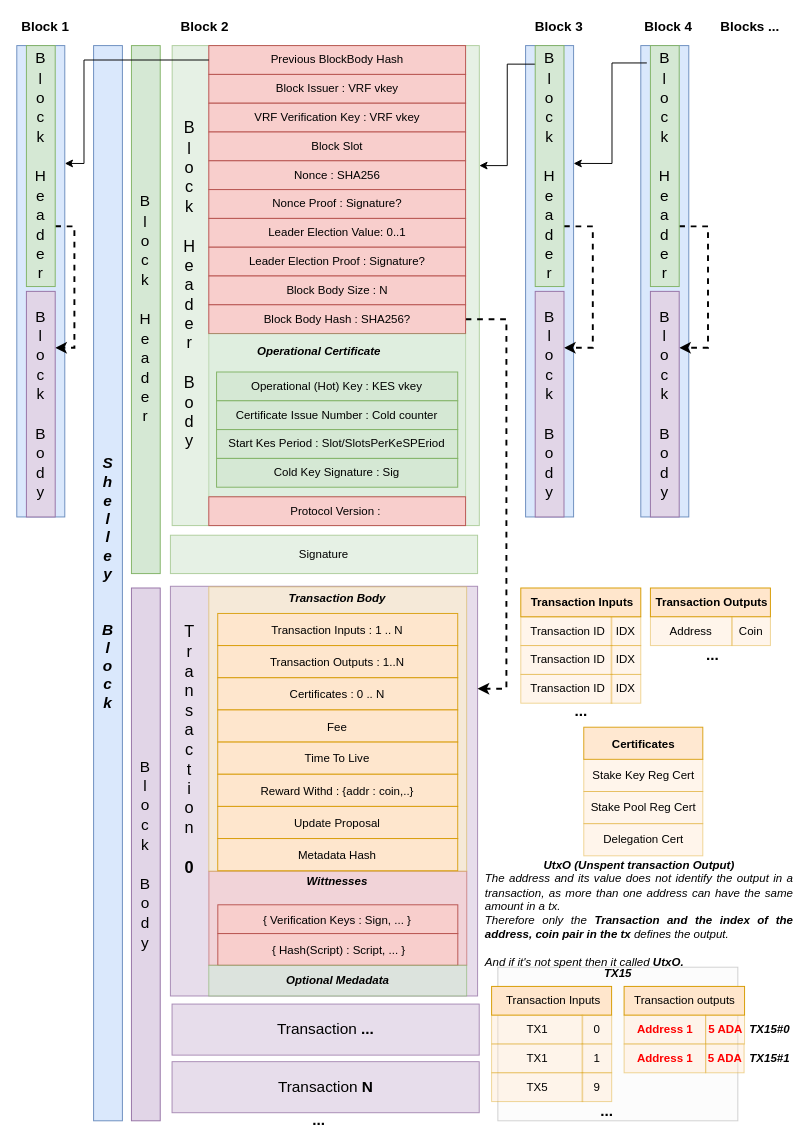
Earlier version of the draw.io diagram diagrams/ShelleyBlock.drawio (ilap/ShelleyStuffs). Source tidied: cells renumbered, new cells numbered last; positions are measured from the earlier drawing's top-left corner, leaving out a move shared by most shapes. Both pictures are drawn from the tidied source at 96%, with x=0, y=0 at pixel (16, 16).
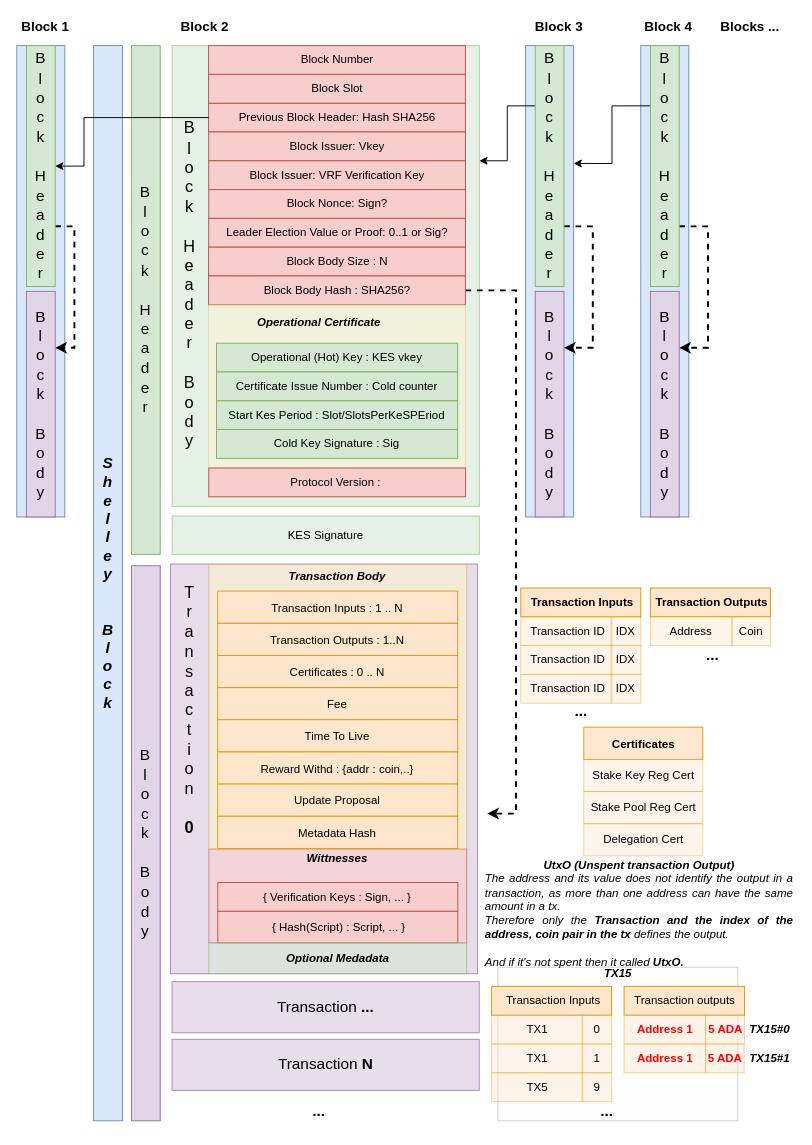
After the change.

Unchanged cells that the change refers to:
```xml
<mxCell id="48" style="rounded=0;whiteSpace=wrap;html=1;align=center;fillColor=#dae8fc;strokeColor=#6c8ebf;" parent="1" vertex="1">
  <mxGeometry y="30" width="50" height="491" as="geometry" />
</mxCell>
<mxCell id="50" value="&lt;font style=&quot;font-size: 16px&quot;&gt;B&lt;br&gt;l&lt;br&gt;o&lt;br&gt;c&lt;br&gt;k&lt;br&gt;&amp;nbsp;&lt;br&gt;H&lt;br&gt;e&lt;br&gt;a&lt;br&gt;d&lt;br&gt;e&lt;br&gt;r&lt;/font&gt;" style="rounded=0;whiteSpace=wrap;html=1;fontSize=17;align=center;fillColor=#d5e8d4;strokeColor=#82b366;" parent="1" vertex="1">
  <mxGeometry x="10" y="30" width="30" height="251" as="geometry" />
</mxCell>
<mxCell id="52" style="rounded=0;whiteSpace=wrap;html=1;align=center;fillColor=#dae8fc;strokeColor=#6c8ebf;" parent="1" vertex="1">
  <mxGeometry x="530" y="30" width="50" height="491" as="geometry" />
</mxCell>
<mxCell id="55" value="&lt;font style=&quot;font-size: 16px&quot;&gt;B&lt;br&gt;l&lt;br&gt;o&lt;br&gt;c&lt;br&gt;k&lt;br&gt;&amp;nbsp;&lt;br&gt;H&lt;br&gt;e&lt;br&gt;a&lt;br&gt;d&lt;br&gt;e&lt;br&gt;r&lt;/font&gt;" style="rounded=0;whiteSpace=wrap;html=1;fontSize=17;align=center;fillColor=#d5e8d4;strokeColor=#82b366;" parent="1" vertex="1">
  <mxGeometry x="540" y="30" width="30" height="251" as="geometry" />
</mxCell>
<mxCell id="60" value="&lt;font style=&quot;font-size: 16px&quot;&gt;B&lt;br&gt;l&lt;br&gt;o&lt;br&gt;c&lt;br&gt;k&lt;br&gt;&amp;nbsp;&lt;br&gt;H&lt;br&gt;e&lt;br&gt;a&lt;br&gt;d&lt;br&gt;e&lt;br&gt;r&lt;/font&gt;" style="rounded=0;whiteSpace=wrap;html=1;fontSize=17;align=center;fillColor=#d5e8d4;strokeColor=#82b366;" parent="1" vertex="1">
  <mxGeometry x="660" y="30" width="30" height="251" as="geometry" />
</mxCell>
```

Change to the diagram source:
```diff
@@
     <mxCell id="2" value="&lt;font style=&quot;font-size: 16px&quot;&gt;&lt;br&gt;&lt;/font&gt;" style="rounded=0;whiteSpace=wrap;html=1;fontSize=17;align=center;fillColor=#e1d5e7;strokeColor=#9673a6;opacity=80;" parent="1" vertex="1">
-      <mxGeometry x="160" y="593.2" width="320" height="426.8" as="geometry" />
+      <mxGeometry x="160" y="570" width="320" height="426.8" as="geometry" />
     </mxCell>
     <mxCell id="3" style="rounded=0;whiteSpace=wrap;html=1;fontSize=17;align=center;fillColor=#f8cecc;strokeColor=#b85450;opacity=60;" parent="1" vertex="1">
-      <mxGeometry x="200.1" y="890" width="268.6" height="98" as="geometry" />
+      <mxGeometry x="200.1" y="866.8" width="268.6" height="98" as="geometry" />
     </mxCell>
@@
     <mxCell id="5" style="rounded=0;whiteSpace=wrap;html=1;fontSize=17;align=center;fillColor=#d5e8d4;strokeColor=#82b366;opacity=60;" parent="1" vertex="1">
-      <mxGeometry x="161.8" y="30" width="320" height="500" as="geometry" />
+      <mxGeometry x="161.8" y="30" width="320" height="480" as="geometry" />
     </mxCell>
     <mxCell id="6" style="rounded=0;whiteSpace=wrap;html=1;fontSize=17;opacity=60;align=center;fillColor=#fff2cc;strokeColor=#d6b656;" parent="1" vertex="1">
-      <mxGeometry x="200" y="593.8" width="268.6" height="296.2" as="geometry" />
+      <mxGeometry x="200" y="570.5" width="268.6" height="296.2" as="geometry" />
     </mxCell>
@@
-    <mxCell id="8" value="Previous BlockBody Hash" style="rounded=0;whiteSpace=wrap;html=1;fillColor=#f8cecc;strokeColor=#b85450;" parent="1" vertex="1">
-      <mxGeometry x="200" y="30" width="267.5" height="30" as="geometry" />
+    <mxCell id="8" value="Previous Block Header: Hash SHA256" style="rounded=0;whiteSpace=wrap;html=1;fillColor=#f8cecc;strokeColor=#b85450;" parent="1" vertex="1">
+      <mxGeometry x="199.8" y="90" width="267.5" height="30" as="geometry" />
     </mxCell>
-    <mxCell id="9" value="Block Issuer : VRF vkey" style="rounded=0;whiteSpace=wrap;html=1;fillColor=#f8cecc;strokeColor=#b85450;align=center;" parent="1" vertex="1">
-      <mxGeometry x="200" y="60" width="267.5" height="30" as="geometry" />
+    <mxCell id="9" value="Block Issuer: Vkey" style="rounded=0;whiteSpace=wrap;html=1;fillColor=#f8cecc;strokeColor=#b85450;align=center;" parent="1" vertex="1">
+      <mxGeometry x="199.9" y="120" width="267.5" height="30" as="geometry" />
     </mxCell>
-    <mxCell id="10" value="VRF Verification Key : VRF vkey" style="rounded=0;whiteSpace=wrap;html=1;fillColor=#f8cecc;strokeColor=#b85450;align=center;" parent="1" vertex="1">
-      <mxGeometry x="200" y="90" width="267.5" height="30" as="geometry" />
+    <mxCell id="10" value="Block Issuer: VRF Verification Key" style="rounded=0;whiteSpace=wrap;html=1;fillColor=#f8cecc;strokeColor=#b85450;align=center;" parent="1" vertex="1">
+      <mxGeometry x="199.9" y="150" width="267.5" height="30" as="geometry" />
     </mxCell>
-    <mxCell id="11" value="Block Slot" style="rounded=0;whiteSpace=wrap;html=1;fillColor=#f8cecc;strokeColor=#b85450;align=center;" parent="1" vertex="1">
-      <mxGeometry x="200" y="120" width="267.5" height="30" as="geometry" />
-    </mxCell>
-    <mxCell id="12" value="Nonce : SHA256" style="rounded=0;whiteSpace=wrap;html=1;fillColor=#f8cecc;strokeColor=#b85450;align=center;" parent="1" vertex="1">
-      <mxGeometry x="200" y="150" width="267.5" height="30" as="geometry" />
-    </mxCell>
-    <mxCell id="13" value="Nonce Proof : Signature?" style="rounded=0;whiteSpace=wrap;html=1;fillColor=#f8cecc;strokeColor=#b85450;align=center;" parent="1" vertex="1">
+    <mxCell id="13" value="Block Nonce: Sign?" style="rounded=0;whiteSpace=wrap;html=1;fillColor=#f8cecc;strokeColor=#b85450;align=center;" parent="1" vertex="1">
       <mxGeometry x="200" y="180" width="267.5" height="30" as="geometry" />
     </mxCell>
-    <mxCell id="14" value="Leader Election Value: 0..1" style="rounded=0;whiteSpace=wrap;html=1;fillColor=#f8cecc;strokeColor=#b85450;align=center;" parent="1" vertex="1">
-      <mxGeometry x="200" y="210" width="267.5" height="30" as="geometry" />
+    <mxCell id="14" value="Leader Election Value or Proof: 0..1 or Sig?" style="rounded=0;whiteSpace=wrap;html=1;fillColor=#f8cecc;strokeColor=#b85450;align=center;" parent="1" vertex="1">
+      <mxGeometry x="199.9" y="210" width="267.5" height="30" as="geometry" />
     </mxCell>
-    <mxCell id="15" value="Leader Election Proof : Signature?" style="rounded=0;whiteSpace=wrap;html=1;fillColor=#f8cecc;strokeColor=#b85450;align=center;" parent="1" vertex="1">
-      <mxGeometry x="200" y="240" width="267.5" height="30" as="geometry" />
-    </mxCell>
     <mxCell id="16" value="Block Body Size : N" style="rounded=0;whiteSpace=wrap;html=1;fillColor=#f8cecc;strokeColor=#b85450;align=center;" parent="1" vertex="1">
-      <mxGeometry x="200" y="270" width="267.5" height="30" as="geometry" />
+      <mxGeometry x="199.8" y="240" width="267.5" height="30" as="geometry" />
     </mxCell>
-    <mxCell id="17" style="edgeStyle=orthogonalEdgeStyle;rounded=0;jettySize=auto;html=1;entryX=1;entryY=0.25;entryDx=0;entryDy=0;fontSize=12;dashed=1;strokeWidth=2;" parent="1" edge="1" source="18" target="2">
+    <mxCell id="17" style="edgeStyle=orthogonalEdgeStyle;rounded=0;jettySize=auto;html=1;fontSize=12;dashed=1;strokeWidth=2;" parent="1" edge="1" source="18">
       <mxGeometry relative="1" as="geometry">
+        <mxPoint x="490" y="830" as="targetPoint" />
         <Array as="points">
-          <mxPoint x="510" y="315" />
-          <mxPoint x="510" y="700" />
+          <mxPoint x="520" y="285" />
+          <mxPoint x="520" y="830" />
         </Array>
       </mxGeometry>
     </mxCell>
     <mxCell id="18" value="Block Body Hash : SHA256?" style="rounded=0;whiteSpace=wrap;html=1;fillColor=#f8cecc;strokeColor=#b85450;align=center;" parent="1" vertex="1">
-      <mxGeometry x="200" y="300" width="267.5" height="30" as="geometry" />
+      <mxGeometry x="199.8" y="270" width="267.5" height="30" as="geometry" />
     </mxCell>
-    <mxCell id="19" style="rounded=0;whiteSpace=wrap;html=1;fillColor=#d5e8d4;strokeColor=#82b366;align=center;opacity=40;" parent="1" vertex="1">
-      <mxGeometry x="200" y="330" width="267.5" height="170" as="geometry" />
+    <mxCell id="19" style="rounded=0;whiteSpace=wrap;html=1;fillColor=#fff2cc;strokeColor=#d6b656;align=center;opacity=40;" parent="1" vertex="1">
+      <mxGeometry x="199.8" y="300" width="267.5" height="170" as="geometry" />
     </mxCell>
     <mxCell id="20" value="Operational (Hot) Key : KES vkey" style="rounded=0;whiteSpace=wrap;html=1;fillColor=#d5e8d4;strokeColor=#82b366;align=center;" parent="1" vertex="1">
-      <mxGeometry x="208.1" y="370" width="251.2" height="30" as="geometry" />
+      <mxGeometry x="208" y="340" width="251.2" height="30" as="geometry" />
     </mxCell>
     <mxCell id="21" value="Operational Certificate" style="text;html=1;strokeColor=none;fillColor=none;align=center;verticalAlign=middle;whiteSpace=wrap;rounded=0;fontStyle=3;" parent="1" vertex="1">
-      <mxGeometry x="245" y="334" width="140" height="30" as="geometry" />
+      <mxGeometry x="244.8" y="304" width="140" height="30" as="geometry" />
     </mxCell>
     <mxCell id="22" value="Certificate Issue Number : Cold counter" style="rounded=0;whiteSpace=wrap;html=1;fillColor=#d5e8d4;strokeColor=#82b366;align=center;" parent="1" vertex="1">
-      <mxGeometry x="208.1" y="400" width="251.2" height="30" as="geometry" />
+      <mxGeometry x="208" y="370" width="251.2" height="30" as="geometry" />
     </mxCell>
     <mxCell id="23" value="Start Kes Period : Slot/SlotsPerKeSPEriod" style="rounded=0;whiteSpace=wrap;html=1;fillColor=#d5e8d4;strokeColor=#82b366;align=center;" parent="1" vertex="1">
-      <mxGeometry x="208.1" y="430" width="251.2" height="30" as="geometry" />
+      <mxGeometry x="208" y="400" width="251.2" height="30" as="geometry" />
     </mxCell>
     <mxCell id="24" value="Cold Key Signature : Sig" style="rounded=0;whiteSpace=wrap;html=1;fillColor=#d5e8d4;strokeColor=#82b366;align=center;" parent="1" vertex="1">
-      <mxGeometry x="208.1" y="460" width="251.2" height="30" as="geometry" />
+      <mxGeometry x="208" y="430" width="251.2" height="30" as="geometry" />
     </mxCell>
     <mxCell id="25" value="Protocol Version :&amp;nbsp;" style="rounded=0;whiteSpace=wrap;html=1;fillColor=#f8cecc;strokeColor=#b85450;align=center;" parent="1" vertex="1">
-      <mxGeometry x="200" y="500" width="267.5" height="30" as="geometry" />
+      <mxGeometry x="200" y="470" width="267.5" height="30" as="geometry" />
     </mxCell>
@@
     <mxCell id="28" value="&lt;font style=&quot;font-size: 12px&quot;&gt;&lt;b&gt;&lt;i&gt;Transaction Body&lt;/i&gt;&lt;/b&gt;&lt;/font&gt;" style="text;html=1;strokeColor=none;fillColor=none;align=center;verticalAlign=middle;whiteSpace=wrap;rounded=0;fontSize=17;opacity=40;" parent="1" vertex="1">
-      <mxGeometry x="258.6" y="595" width="150" height="20" as="geometry" />
+      <mxGeometry x="258.6" y="571.8" width="150" height="20" as="geometry" />
     </mxCell>
     <mxCell id="29" value="&lt;font style=&quot;font-size: 12px&quot;&gt;Transaction Inputs : 1 .. N&lt;/font&gt;" style="rounded=0;whiteSpace=wrap;html=1;fontSize=17;opacity=90;align=center;fillColor=#ffe6cc;strokeColor=#d79b00;imageHeight=24;" parent="1" vertex="1">
-      <mxGeometry x="209.3" y="621.5" width="250" height="33.5" as="geometry" />
+      <mxGeometry x="209.3" y="598.2" width="250" height="33.5" as="geometry" />
     </mxCell>
     <mxCell id="30" value="&lt;font style=&quot;font-size: 12px&quot;&gt;Transaction Outputs : 1..N&lt;/font&gt;" style="rounded=0;whiteSpace=wrap;html=1;fontSize=17;opacity=90;align=center;fillColor=#ffe6cc;strokeColor=#d79b00;imageHeight=24;" parent="1" vertex="1">
-      <mxGeometry x="209.3" y="655" width="250" height="33.5" as="geometry" />
+      <mxGeometry x="209.3" y="631.8" width="250" height="33.5" as="geometry" />
     </mxCell>
     <mxCell id="31" value="&lt;font style=&quot;font-size: 12px&quot;&gt;Certificates : 0 .. N&lt;/font&gt;" style="rounded=0;whiteSpace=wrap;html=1;fontSize=17;opacity=90;align=center;fillColor=#ffe6cc;strokeColor=#d79b00;imageHeight=24;" parent="1" vertex="1">
-      <mxGeometry x="209.3" y="688.5" width="250" height="33.5" as="geometry" />
+      <mxGeometry x="209.3" y="665.2" width="250" height="33.5" as="geometry" />
     </mxCell>
     <mxCell id="32" value="&lt;font style=&quot;font-size: 12px&quot;&gt;Fee&lt;/font&gt;" style="rounded=0;whiteSpace=wrap;html=1;fontSize=17;opacity=90;align=center;fillColor=#ffe6cc;strokeColor=#d79b00;imageHeight=24;" parent="1" vertex="1">
-      <mxGeometry x="209.3" y="722" width="250" height="33.5" as="geometry" />
+      <mxGeometry x="209.3" y="698.8" width="250" height="33.5" as="geometry" />
     </mxCell>
     <mxCell id="33" value="&lt;font style=&quot;font-size: 12px&quot;&gt;Time To Live&lt;/font&gt;" style="rounded=0;whiteSpace=wrap;html=1;fontSize=17;opacity=90;align=center;fillColor=#ffe6cc;strokeColor=#d79b00;imageHeight=24;" parent="1" vertex="1">
-      <mxGeometry x="209.3" y="755.5" width="250" height="33.5" as="geometry" />
+      <mxGeometry x="209.3" y="732.2" width="250" height="33.5" as="geometry" />
     </mxCell>
     <mxCell id="34" value="&lt;font style=&quot;font-size: 12px&quot;&gt;Reward Withd : {addr : coin,..}&lt;/font&gt;" style="rounded=0;whiteSpace=wrap;html=1;fontSize=17;opacity=90;align=center;fillColor=#ffe6cc;strokeColor=#d79b00;imageHeight=24;" parent="1" vertex="1">
-      <mxGeometry x="209.3" y="789" width="250" height="33.5" as="geometry" />
+      <mxGeometry x="209.3" y="765.8" width="250" height="33.5" as="geometry" />
     </mxCell>
     <mxCell id="35" value="&lt;font style=&quot;font-size: 12px&quot;&gt;Update Proposal&lt;/font&gt;" style="rounded=0;whiteSpace=wrap;html=1;fontSize=17;opacity=90;align=center;fillColor=#ffe6cc;strokeColor=#d79b00;imageHeight=24;" parent="1" vertex="1">
-      <mxGeometry x="209.3" y="822.5" width="250" height="33.5" as="geometry" />
+      <mxGeometry x="209.3" y="799.2" width="250" height="33.5" as="geometry" />
     </mxCell>
     <mxCell id="36" value="&lt;font style=&quot;font-size: 12px&quot;&gt;Metadata Hash&lt;/font&gt;" style="rounded=0;whiteSpace=wrap;html=1;fontSize=17;opacity=90;align=center;fillColor=#ffe6cc;strokeColor=#d79b00;imageHeight=24;" parent="1" vertex="1">
-      <mxGeometry x="209.3" y="856" width="250" height="33.5" as="geometry" />
+      <mxGeometry x="209.3" y="832.8" width="250" height="33.5" as="geometry" />
     </mxCell>
     <mxCell id="37" value="&lt;font style=&quot;font-size: 12px&quot;&gt;{ Verification Keys : Sign, ... }&lt;/font&gt;" style="rounded=0;whiteSpace=wrap;html=1;fontSize=17;align=center;fillColor=#f8cecc;strokeColor=#b85450;" parent="1" vertex="1">
-      <mxGeometry x="209.4" y="925" width="250" height="30" as="geometry" />
+      <mxGeometry x="209.4" y="901.8" width="250" height="30" as="geometry" />
     </mxCell>
     <mxCell id="38" value="&lt;font style=&quot;font-size: 12px&quot;&gt;&amp;nbsp;{ Hash(Script) : Script, ... }&lt;/font&gt;" style="rounded=0;whiteSpace=wrap;html=1;fontSize=17;align=center;fillColor=#f8cecc;strokeColor=#b85450;" parent="1" vertex="1">
-      <mxGeometry x="209.4" y="955" width="250" height="33" as="geometry" />
+      <mxGeometry x="209.4" y="931.8" width="250" height="33" as="geometry" />
     </mxCell>
     <mxCell id="39" value="&lt;font style=&quot;font-size: 12px;&quot;&gt;Optional Medadata&lt;/font&gt;" style="rounded=0;whiteSpace=wrap;html=1;fontSize=12;align=center;fillColor=#d5e8d4;strokeColor=#82b366;fontStyle=3;opacity=60;" parent="1" vertex="1">
-      <mxGeometry x="200" y="988" width="268.6" height="32" as="geometry" />
+      <mxGeometry x="200" y="964.8" width="268.6" height="32" as="geometry" />
     </mxCell>
     <mxCell id="40" value="&lt;font style=&quot;font-size: 16px&quot;&gt;B&lt;br&gt;l&lt;br&gt;o&lt;br&gt;c&lt;br&gt;k&lt;br&gt;&amp;nbsp;&lt;br&gt;H&lt;br&gt;e&lt;br&gt;a&lt;br&gt;d&lt;br&gt;e&lt;br&gt;r&lt;/font&gt;" style="rounded=0;whiteSpace=wrap;html=1;fontSize=17;align=center;fillColor=#d5e8d4;strokeColor=#82b366;" parent="1" vertex="1">
-      <mxGeometry x="119.4" y="30" width="30" height="550" as="geometry" />
+      <mxGeometry x="119.4" y="30" width="30" height="530" as="geometry" />
     </mxCell>
     <mxCell id="41" value="&lt;font style=&quot;font-size: 16px&quot;&gt;B&lt;br&gt;l&lt;br&gt;o&lt;br&gt;c&lt;br&gt;k&lt;br&gt;&amp;nbsp;&lt;br&gt;B&lt;br&gt;o&lt;br&gt;d&lt;br&gt;y&lt;/font&gt;" style="rounded=0;whiteSpace=wrap;html=1;fontSize=17;align=center;fillColor=#e1d5e7;strokeColor=#9673a6;" parent="1" vertex="1">
-      <mxGeometry x="119.4" y="595" width="30" height="555" as="geometry" />
+      <mxGeometry x="119.4" y="571.8" width="30" height="578.2" as="geometry" />
     </mxCell>
-    <mxCell id="42" value="&lt;font style=&quot;font-size: 12px;&quot;&gt;Signature&lt;br style=&quot;font-size: 12px;&quot;&gt;&lt;/font&gt;" style="rounded=0;whiteSpace=wrap;html=1;fontSize=12;align=center;fillColor=#d5e8d4;strokeColor=#82b366;opacity=60;" parent="1" vertex="1">
-      <mxGeometry x="160" y="540" width="320" height="40" as="geometry" />
+    <mxCell id="42" value="&lt;font style=&quot;font-size: 12px&quot;&gt;KES Signature&lt;br style=&quot;font-size: 12px&quot;&gt;&lt;/font&gt;" style="rounded=0;whiteSpace=wrap;html=1;fontSize=12;align=center;fillColor=#d5e8d4;strokeColor=#82b366;opacity=60;" parent="1" vertex="1">
+      <mxGeometry x="161.8" y="520" width="320" height="40" as="geometry" />
     </mxCell>
     <mxCell id="43" value="..." style="text;html=1;strokeColor=none;fillColor=none;align=center;verticalAlign=middle;whiteSpace=wrap;rounded=0;fontSize=16;opacity=60;fontStyle=1;" parent="1" vertex="1">
-      <mxGeometry x="295" y="1139" width="40" height="20" as="geometry" />
+      <mxGeometry x="294.9" y="1130" width="40" height="20" as="geometry" />
     </mxCell>
@@
     <mxCell id="45" value="T&lt;br&gt;r&lt;br&gt;a&lt;br&gt;n&lt;br&gt;s&lt;br&gt;a&lt;br&gt;c&lt;br&gt;t&lt;br&gt;i&lt;br&gt;o&lt;br&gt;n&lt;br&gt;&lt;br&gt;&lt;b&gt;0&lt;/b&gt;" style="text;html=1;strokeColor=none;fillColor=none;align=center;verticalAlign=middle;whiteSpace=wrap;rounded=0;fontSize=17;" parent="1" vertex="1">
-      <mxGeometry x="160" y="593.8" width="40" height="340" as="geometry" />
+      <mxGeometry x="159.8" y="553.2" width="40" height="340" as="geometry" />
     </mxCell>
     <mxCell id="46" value="&lt;font style=&quot;font-size: 16px&quot;&gt;Transaction &lt;b&gt;...&lt;/b&gt;&lt;br&gt;&lt;/font&gt;" style="rounded=0;whiteSpace=wrap;html=1;fontSize=17;align=center;fillColor=#e1d5e7;strokeColor=#9673a6;opacity=80;" parent="1" vertex="1">
-      <mxGeometry x="161.7" y="1028.4" width="320" height="53.2" as="geometry" />
+      <mxGeometry x="161.7" y="1005.1" width="320" height="53.2" as="geometry" />
     </mxCell>
     <mxCell id="47" value="&lt;font style=&quot;font-size: 16px&quot;&gt;Transaction &lt;b&gt;N&lt;/b&gt;&lt;br&gt;&lt;/font&gt;" style="rounded=0;whiteSpace=wrap;html=1;fontSize=17;align=center;fillColor=#e1d5e7;strokeColor=#9673a6;opacity=80;" parent="1" vertex="1">
-      <mxGeometry x="161.7" y="1088.4" width="320" height="53.2" as="geometry" />
+      <mxGeometry x="161.7" y="1065.1" width="320" height="53.2" as="geometry" />
     </mxCell>
@@
-    <mxCell id="53" style="edgeStyle=orthogonalEdgeStyle;rounded=0;jettySize=auto;html=1;fontSize=12;exitX=0.033;exitY=0.077;exitDx=0;exitDy=0;exitPerimeter=0;entryX=1;entryY=0.25;entryDx=0;entryDy=0;" parent="1" edge="1" source="55" target="5">
+    <mxCell id="53" style="edgeStyle=orthogonalEdgeStyle;rounded=0;jettySize=auto;html=1;fontSize=12;exitX=0;exitY=0.25;exitDx=0;exitDy=0;entryX=1;entryY=0.25;entryDx=0;entryDy=0;" parent="1" edge="1" source="55" target="5">
       <mxGeometry relative="1" as="geometry" />
     </mxCell>
@@
-    <mxCell id="58" style="edgeStyle=orthogonalEdgeStyle;rounded=0;jettySize=auto;html=1;entryX=1;entryY=0.25;entryDx=0;entryDy=0;fontSize=12;exitX=-0.124;exitY=0.072;exitDx=0;exitDy=0;exitPerimeter=0;" parent="1" edge="1" source="60" target="52">
+    <mxCell id="58" style="edgeStyle=orthogonalEdgeStyle;rounded=0;jettySize=auto;html=1;entryX=1;entryY=0.25;entryDx=0;entryDy=0;fontSize=12;exitX=0;exitY=0.25;exitDx=0;exitDy=0;" parent="1" edge="1" source="60" target="52">
       <mxGeometry relative="1" as="geometry" />
     </mxCell>
@@
-    <mxCell id="66" style="edgeStyle=orthogonalEdgeStyle;rounded=0;jettySize=auto;html=1;entryX=1;entryY=0.25;entryDx=0;entryDy=0;fontSize=12;" parent="1" edge="1" source="8" target="48">
-      <mxGeometry relative="1" as="geometry">
-        <Array as="points">
-          <mxPoint x="70" y="45" />
-          <mxPoint x="70" y="153" />
-        </Array>
-      </mxGeometry>
-    </mxCell>
@@
     <mxCell id="99" value="&lt;font style=&quot;font-size: 12px&quot;&gt;&lt;b&gt;&lt;i&gt;Wittnesses&lt;/i&gt;&lt;/b&gt;&lt;/font&gt;" style="text;html=1;strokeColor=none;fillColor=none;align=center;verticalAlign=middle;whiteSpace=wrap;rounded=0;fontSize=17;opacity=40;" parent="1" vertex="1">
-      <mxGeometry x="259.4" y="889.5" width="150" height="20" as="geometry" />
+      <mxGeometry x="259.4" y="866.2" width="150" height="20" as="geometry" />
     </mxCell>
+    <mxCell id="11" value="Block Number" style="rounded=0;whiteSpace=wrap;html=1;fillColor=#f8cecc;strokeColor=#b85450;align=center;" parent="1" vertex="1">
+      <mxGeometry x="199.8" y="30" width="267.5" height="30" as="geometry" />
+    </mxCell>
+    <mxCell id="100" value="Block Slot" style="rounded=0;whiteSpace=wrap;html=1;fillColor=#f8cecc;strokeColor=#b85450;align=center;" parent="1" vertex="1">
+      <mxGeometry x="199.8" y="60" width="267.5" height="30" as="geometry" />
+    </mxCell>
+    <mxCell id="101" style="edgeStyle=orthogonalEdgeStyle;rounded=0;jettySize=auto;html=1;entryX=1;entryY=0.5;entryDx=0;entryDy=0;" parent="1" edge="1" source="8" target="50">
+      <mxGeometry relative="1" as="geometry">
+        <Array as="points">
+          <mxPoint x="70" y="105" />
+          <mxPoint x="70" y="156" />
+        </Array>
+      </mxGeometry>
+    </mxCell>
```
